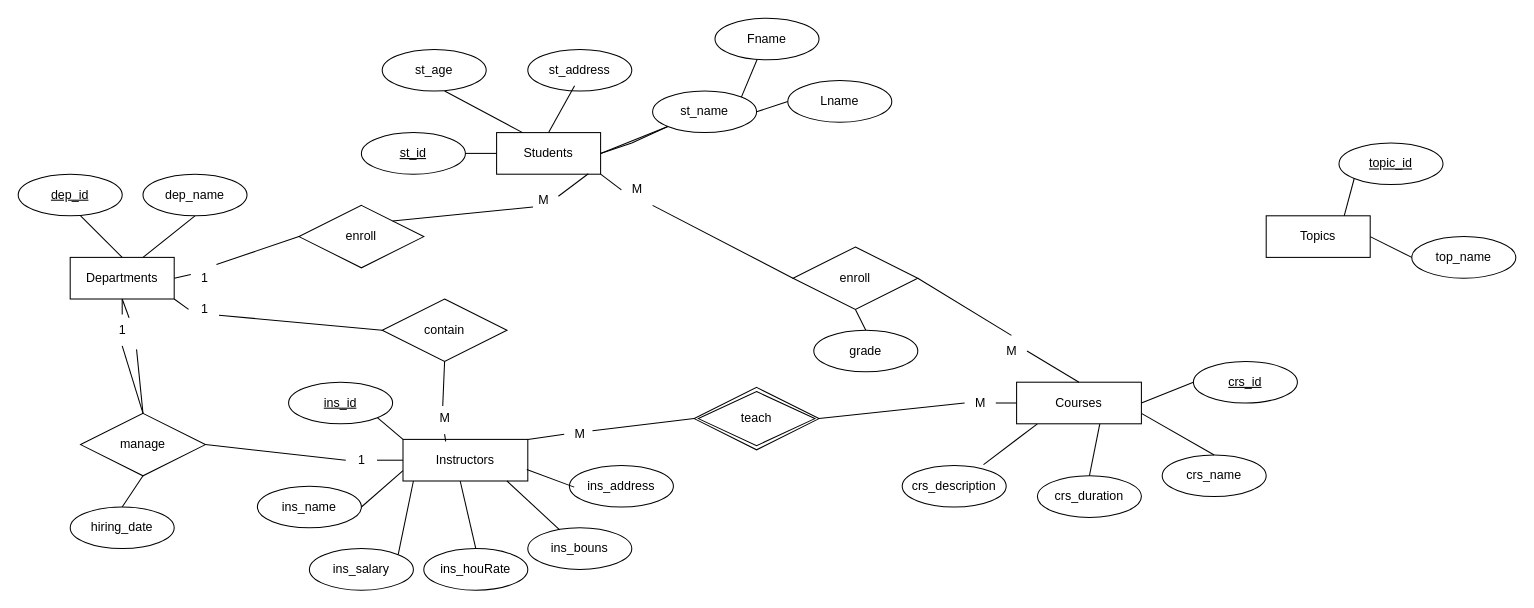
This is Untitled Diagram.drawio from m-saad-dev/database, a draw.io file, before an edit. Source tidied: cells renumbered, new cells numbered last; positions are measured from the earlier drawing's top-left corner, leaving out a move shared by most shapes. Both pictures are drawn from the tidied source at 104%, with x=0, y=0 at pixel (18, 18).
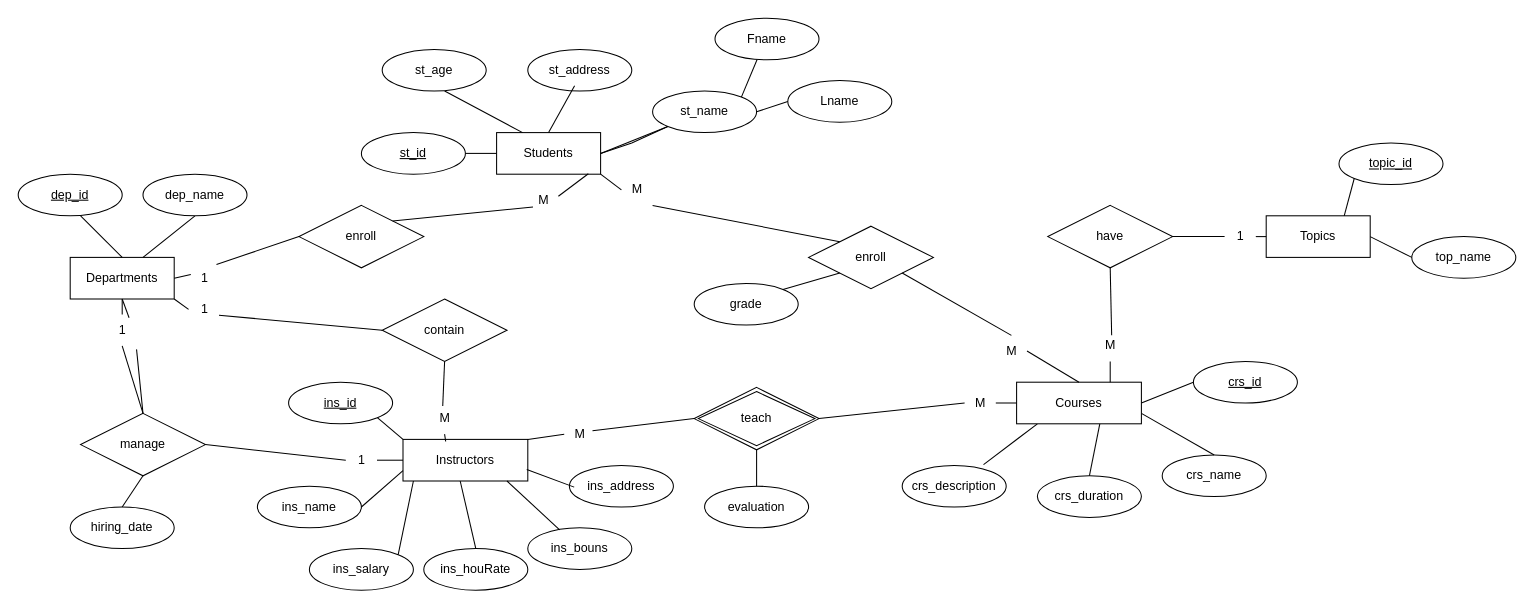
The same page after the edit.

Commit message:
finish iti database

Unchanged cells that the change refers to:
```xml
<mxCell id="34" value="Courses" style="whiteSpace=wrap;html=1;align=center;" parent="1" vertex="1">
  <mxGeometry x="960" y="350" width="120" height="40" as="geometry" />
</mxCell>
<mxCell id="43" value="Topics" style="whiteSpace=wrap;html=1;align=center;" parent="1" vertex="1">
  <mxGeometry x="1200" y="190" width="100" height="40" as="geometry" />
</mxCell>
<mxCell id="61" value="M" style="text;html=1;align=center;verticalAlign=middle;points=[];strokeColor=none;fillColor=none;" parent="1" vertex="1">
  <mxGeometry x="580" y="150" width="30" height="30" as="geometry" />
</mxCell>
<mxCell id="63" value="M" style="text;html=1;align=center;verticalAlign=middle;points=[];strokeColor=none;fillColor=none;" parent="1" vertex="1">
  <mxGeometry x="940" y="305" width="30" height="30" as="geometry" />
</mxCell>
<mxCell id="82" value="teach" style="shape=rhombus;perimeter=rhombusPerimeter;whiteSpace=wrap;html=1;align=center;double=1;" parent="1" vertex="1">
  <mxGeometry x="650" y="355" width="120" height="60" as="geometry" />
</mxCell>
```

What changed in the source:
```diff
@@
     <mxCell id="48" value="enroll" style="shape=rhombus;perimeter=rhombusPerimeter;whiteSpace=wrap;html=1;align=center;" parent="1" vertex="1">
-      <mxGeometry x="745" y="220" width="120" height="60" as="geometry" />
+      <mxGeometry x="760" y="200" width="120" height="60" as="geometry" />
     </mxCell>
-    <mxCell id="49" style="endArrow=none;html=1;rounded=0;exitX=1;exitY=1;exitDx=0;exitDy=0;entryX=0;entryY=0.5;entryDx=0;entryDy=0;" parent="1" edge="1" source="61" target="48">
+    <mxCell id="49" style="endArrow=none;html=1;rounded=0;exitX=1;exitY=1;exitDx=0;exitDy=0;entryX=0;entryY=0;entryDx=0;entryDy=0;" parent="1" edge="1" source="61" target="48">
       <mxGeometry relative="1" as="geometry" />
     </mxCell>
@@
     <mxCell id="54" value="grade" style="ellipse;whiteSpace=wrap;html=1;align=center;" parent="1" vertex="1">
-      <mxGeometry x="765" y="300" width="100" height="40" as="geometry" />
+      <mxGeometry x="650" y="255" width="100" height="40" as="geometry" />
     </mxCell>
-    <mxCell id="55" style="endArrow=none;html=1;rounded=0;exitX=0.5;exitY=1;exitDx=0;exitDy=0;entryX=0.5;entryY=0;entryDx=0;entryDy=0;" parent="1" edge="1" source="48" target="54">
+    <mxCell id="55" style="endArrow=none;html=1;rounded=0;exitX=0;exitY=1;exitDx=0;exitDy=0;entryX=1;entryY=0;entryDx=0;entryDy=0;" parent="1" edge="1" source="48" target="54">
       <mxGeometry relative="1" as="geometry" />
     </mxCell>
@@
-    <mxCell id="62" style="endArrow=none;html=1;rounded=0;exitX=1;exitY=0.5;exitDx=0;exitDy=0;entryX=0.5;entryY=0;entryDx=0;entryDy=0;" parent="1" edge="1" source="48" target="63">
+    <mxCell id="62" style="endArrow=none;html=1;rounded=0;exitX=1;exitY=1;exitDx=0;exitDy=0;entryX=0.5;entryY=0;entryDx=0;entryDy=0;" parent="1" edge="1" source="48" target="63">
       <mxGeometry relative="1" as="geometry" />
     </mxCell>
@@
+    <mxCell id="89" value="evaluation" style="ellipse;whiteSpace=wrap;html=1;align=center;" parent="1" vertex="1">
+      <mxGeometry x="660" y="450" width="100" height="40" as="geometry" />
+    </mxCell>
+    <mxCell id="90" style="endArrow=none;html=1;rounded=0;exitX=0.5;exitY=1;exitDx=0;exitDy=0;entryX=0.5;entryY=0;entryDx=0;entryDy=0;" parent="1" edge="1" source="82" target="89">
+      <mxGeometry relative="1" as="geometry" />
+    </mxCell>
+    <mxCell id="91" value="have" style="shape=rhombus;perimeter=rhombusPerimeter;whiteSpace=wrap;html=1;align=center;" parent="1" vertex="1">
+      <mxGeometry x="990" y="180" width="120" height="60" as="geometry" />
+    </mxCell>
+    <mxCell id="92" style="endArrow=none;html=1;rounded=0;exitX=1;exitY=0.5;exitDx=0;exitDy=0;entryX=0;entryY=0.5;entryDx=0;entryDy=0;" parent="1" edge="1" source="95" target="43">
+      <mxGeometry relative="1" as="geometry" />
+    </mxCell>
+    <mxCell id="93" style="endArrow=none;html=1;rounded=0;exitX=0.5;exitY=1;exitDx=0;exitDy=0;entryX=0.75;entryY=0;entryDx=0;entryDy=0;" parent="1" edge="1" source="97" target="34">
+      <mxGeometry relative="1" as="geometry" />
+    </mxCell>
+    <mxCell id="94" style="endArrow=none;html=1;rounded=0;exitX=1;exitY=0.5;exitDx=0;exitDy=0;entryX=0;entryY=0.5;entryDx=0;entryDy=0;" parent="1" edge="1" source="91" target="95">
+      <mxGeometry relative="1" as="geometry" />
+    </mxCell>
+    <mxCell id="95" value="1" style="text;html=1;align=center;verticalAlign=middle;points=[];strokeColor=none;fillColor=none;" parent="1" vertex="1">
+      <mxGeometry x="1160" y="195" width="30" height="30" as="geometry" />
+    </mxCell>
+    <mxCell id="96" style="endArrow=none;html=1;rounded=0;exitX=0.5;exitY=1;exitDx=0;exitDy=0;entryX=0.547;entryY=0.16;entryDx=0;entryDy=0;entryPerimeter=0;" parent="1" edge="1" source="91" target="97">
+      <mxGeometry relative="1" as="geometry" />
+    </mxCell>
+    <mxCell id="97" value="M" style="text;html=1;align=center;verticalAlign=middle;points=[];strokeColor=none;fillColor=none;" parent="1" vertex="1">
+      <mxGeometry x="1035" y="300" width="30" height="30" as="geometry" />
+    </mxCell>
```
